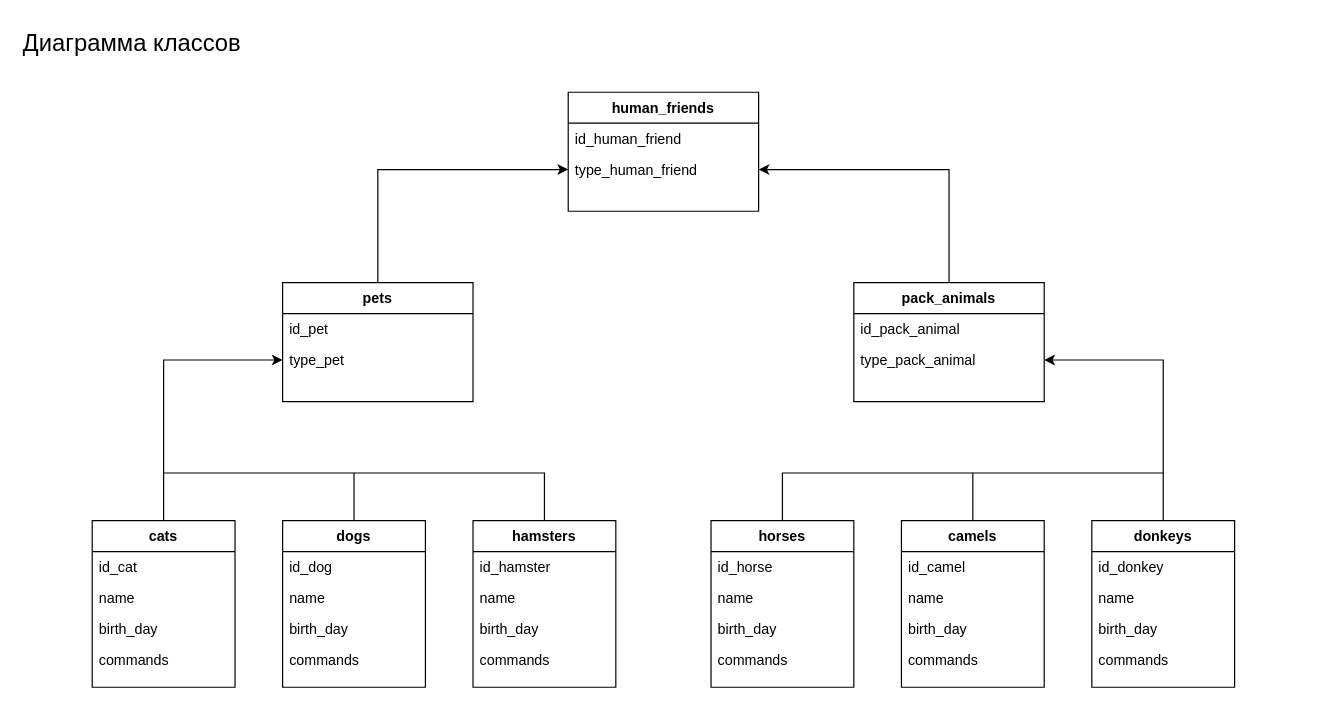
The draw.io diagram 2_Object-oriented_programming/Диаграмма_классов.drawio in Koatia/02_Final_Test, before the edit. Source tidied: cells renumbered, new cells numbered last; positions are measured from the earlier drawing's top-left corner, leaving out a move shared by most shapes. Both pictures are drawn from the tidied source at 119%, with x=0, y=0 at pixel (20, 20).
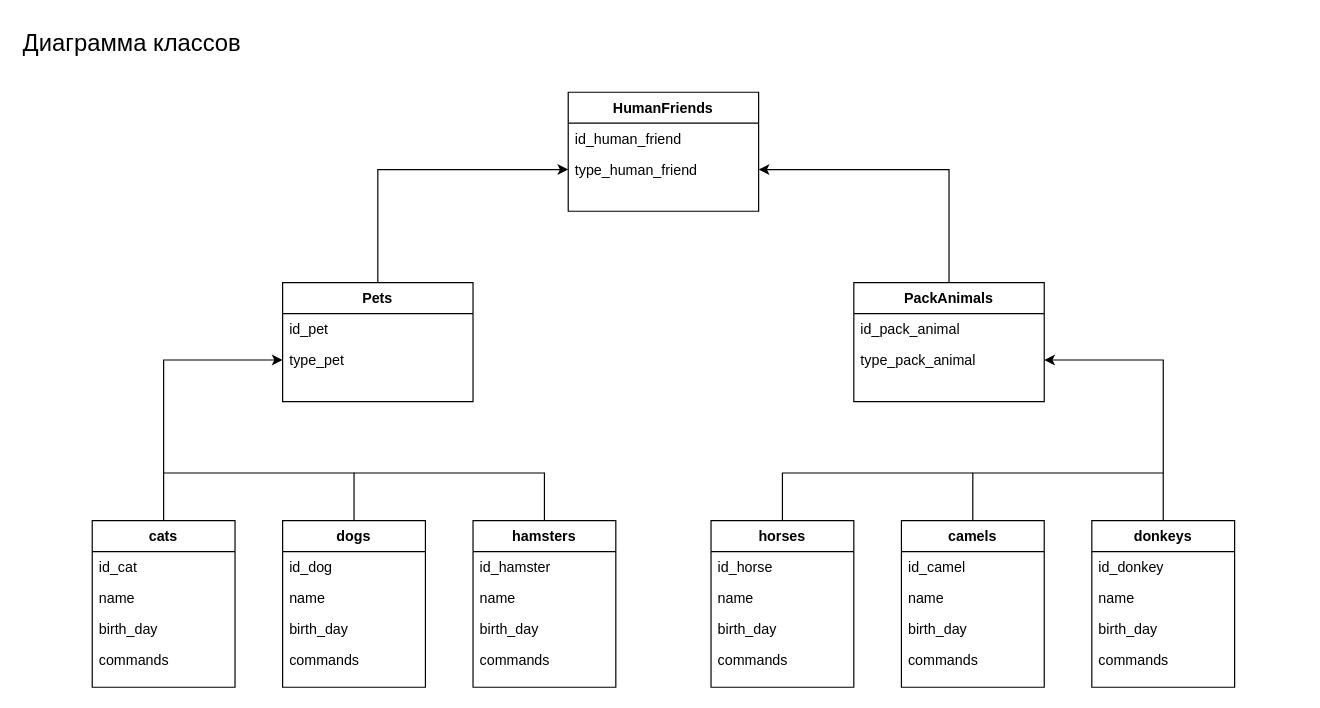
After the change.

Diff of the diagram source:
```diff
@@
-    <mxCell id="2" value="human_friends" style="swimlane;fontStyle=1;align=center;verticalAlign=top;horizontal=1;startSize=26;rounded=0;shadow=0;strokeWidth=1;" parent="1" vertex="1">
+    <mxCell id="2" value="HumanFriends" style="swimlane;fontStyle=1;align=center;verticalAlign=top;horizontal=1;startSize=26;rounded=0;shadow=0;strokeWidth=1;" parent="1" vertex="1">
       <mxGeometry x="460" y="60" width="160" height="100" as="geometry" />
     </mxCell>
@@
-    <mxCell id="5" value="pets" style="swimlane;fontStyle=1;align=center;verticalAlign=top;horizontal=1;startSize=26;rounded=0;shadow=0;strokeWidth=1;" parent="1" vertex="1">
+    <mxCell id="5" value="Pets" style="swimlane;fontStyle=1;align=center;verticalAlign=top;horizontal=1;startSize=26;rounded=0;shadow=0;strokeWidth=1;" parent="1" vertex="1">
       <mxGeometry x="220" y="220" width="160" height="100" as="geometry" />
     </mxCell>
@@
-    <mxCell id="8" value="pack_animals" style="swimlane;fontStyle=1;align=center;verticalAlign=top;horizontal=1;startSize=26;rounded=0;shadow=0;strokeWidth=1;" parent="1" vertex="1">
+    <mxCell id="8" value="PackAnimals" style="swimlane;fontStyle=1;align=center;verticalAlign=top;horizontal=1;startSize=26;rounded=0;shadow=0;strokeWidth=1;" parent="1" vertex="1">
       <mxGeometry x="700" y="220" width="160" height="100" as="geometry" />
     </mxCell>
```
